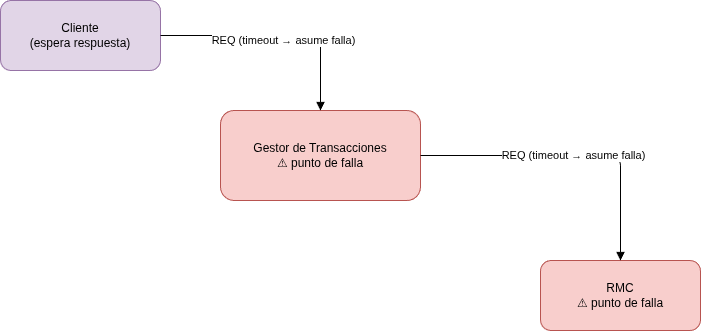
The draw.io diagram docs/images/fallos.png in AdrianMontLin/sistema-reserva-boletos, before a commit. Source tidied: cells renumbered, new cells last; positions are measured from the earlier drawing's top-left corner, leaving out a move shared by most shapes.
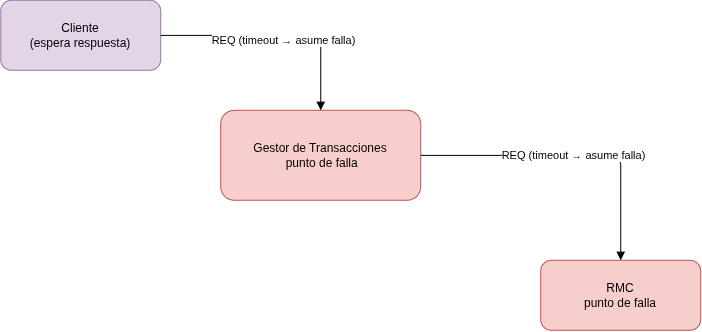
Above is the later version.

Commit message:
Corrijo modelo fallos, seguridad y diagrama de sistema

Diff of the diagram source:
```diff
@@ -5,16 +5,16 @@
     <mxCell id="2" value="Cliente&#10;(espera respuesta)" style="rounded=1;whiteSpace=wrap;html=1;fillColor=#E1D5E7;strokeColor=#9673A6;" parent="1" vertex="1">
       <mxGeometry width="160" height="70" as="geometry" />
     </mxCell>
-    <mxCell id="3" value="Gestor de Transacciones&#10;⚠ punto de falla" style="rounded=1;whiteSpace=wrap;html=1;fillColor=#F8CECC;strokeColor=#B85450;" parent="1" vertex="1">
+    <mxCell id="3" value="Gestor de Transacciones&lt;br&gt;&amp;nbsp;punto de falla" style="rounded=1;whiteSpace=wrap;html=1;fillColor=#F8CECC;strokeColor=#B85450;" parent="1" vertex="1">
       <mxGeometry x="220" y="110" width="200" height="90" as="geometry" />
     </mxCell>
-    <mxCell id="4" value="RMC&#10;⚠ punto de falla" style="rounded=1;whiteSpace=wrap;html=1;fillColor=#F8CECC;strokeColor=#B85450;" parent="1" vertex="1">
+    <mxCell id="4" value="RMC&lt;br&gt;punto de falla" style="rounded=1;whiteSpace=wrap;html=1;fillColor=#F8CECC;strokeColor=#B85450;" parent="1" vertex="1">
       <mxGeometry x="540" y="260" width="160" height="70" as="geometry" />
     </mxCell>
     <mxCell id="5" value="REQ (timeout → asume falla)" style="edgeStyle=orthogonalEdgeStyle;html=1;endArrow=block;fontSize=11;" parent="1" edge="1" source="2" target="3">
       <mxGeometry x="0.05" y="-5" relative="1" as="geometry" />
     </mxCell>
-    <mxCell id="6" value="REQ (timeout → asume falla)" style="edgeStyle=orthogonalEdgeStyle;html=1;endArrow=block;fontSize=11;" parent="1" edge="1" source="3" target="4">
+    <mxCell id="6" value="&lt;span&gt;REQ (timeout → asume falla)&lt;/span&gt;" style="edgeStyle=orthogonalEdgeStyle;html=1;endArrow=block;fontSize=11;fillColor=none;" parent="1" edge="1" source="3" target="4">
       <mxGeometry relative="1" as="geometry" />
     </mxCell>
   </root>
```
